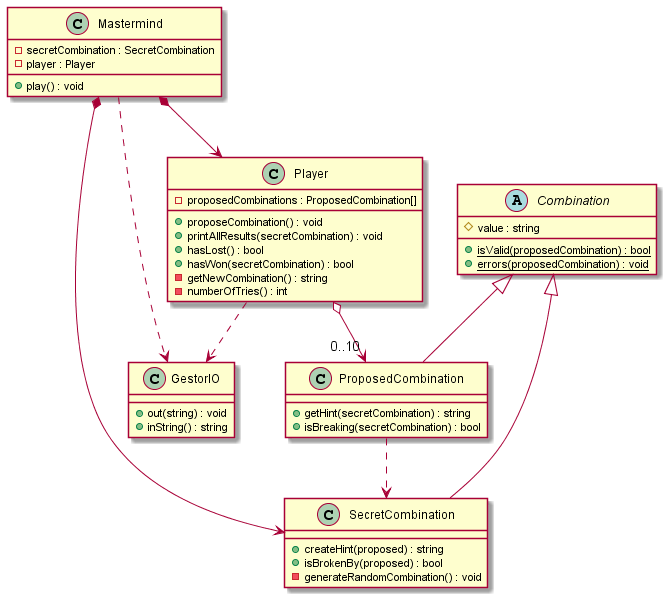
Above: Mastermind.png in Master-Desarrollo-20-21/ejercicio-2-vista-publica-clases-mastermind-rbadenas (PlantUML), before the change. Its diagram source:
```plantuml
@startuml MasterMind

class Mastermind{
    -secretCombination : SecretCombination
    -player : Player
    +play() : void
}

class Player{
    -proposedCombinations : ProposedCombination[]
    +proposeCombination() : void
    +printAllResults(secretCombination) : void
    +hasLost() : bool
    +hasWon(secretCombination) : bool
    -getNewCombination() : string
    -numberOfTries() : int
}

abstract class Combination{
    #value : string
    +{static} isValid(proposedCombination) : bool
    +{static} errors(proposedCombination) : void
}

class SecretCombination{
    +createHint(proposed) : string
    +isBrokenBy(proposed) : bool
    -generateRandomCombination() : void
}

class ProposedCombination{
    +getHint(secretCombination) : string
    +isBreaking(secretCombination) : bool
}


Mastermind *--> Player
Mastermind *--> SecretCombination
Mastermind ..> GestorIO


Combination <|-- SecretCombination
Combination <|-- ProposedCombination

Player o--> "0..10" ProposedCombination
Player ..> GestorIO

ProposedCombination ..> SecretCombination

class GestorIO{
    +out(string) : void
    +inString() : string
}



@enduml
```
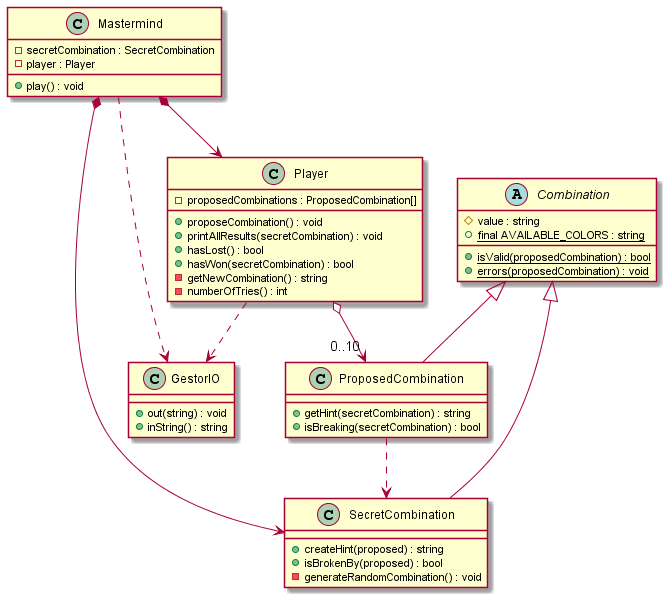
Above is the later version.

What changed in the source:
```diff
@@ -18,6 +18,7 @@
 
 abstract class Combination{
     #value : string
+    +{static} final AVAILABLE_COLORS : string
     +{static} isValid(proposedCombination) : bool
     +{static} errors(proposedCombination) : void
 }
```
